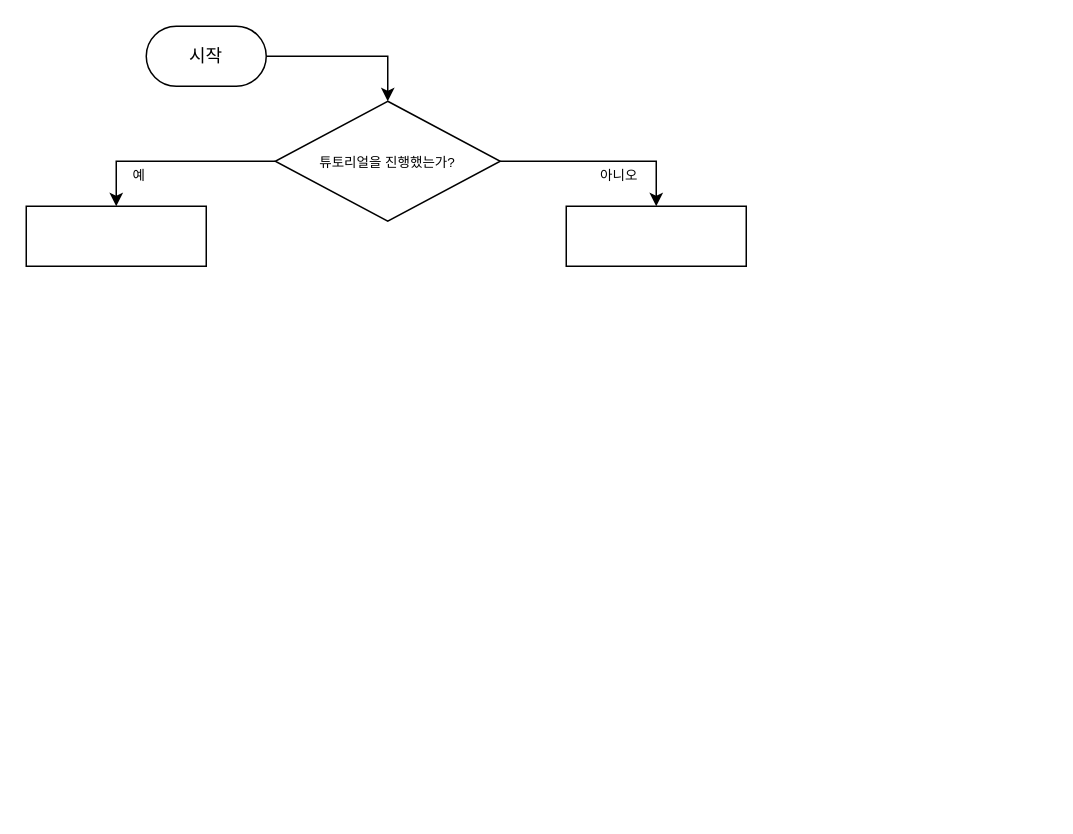
Before: AngleFunction_Circle.drawio in Applepie072/Draw.io, a draw.io diagram. Source tidied: cells renumbered, new cells numbered last; positions are measured from the earlier drawing's top-left corner, leaving out a move shared by most shapes. Both pictures are drawn from the tidied source at 150%, with x=0, y=0 at pixel (26, 26).
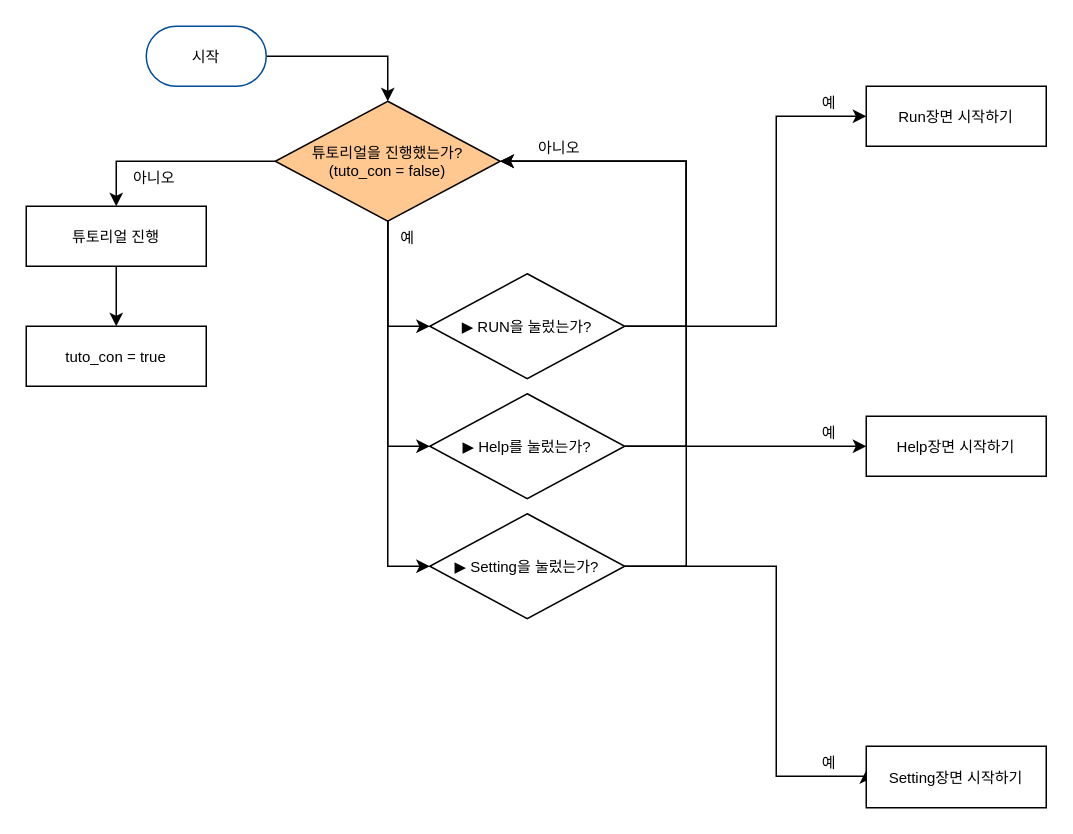
The same diagram, later.

Diff of the diagram source:
```diff
@@
-    <mxCell id="2" style="edgeStyle=orthogonalEdgeStyle;rounded=0;jettySize=auto;html=1;fontFamily=Tahoma;fontSize=9;" parent="1" edge="1" source="3" target="7">
+    <mxCell id="2" style="edgeStyle=orthogonalEdgeStyle;rounded=0;jettySize=auto;html=1;fontFamily=Tahoma;fontSize=10;" parent="1" edge="1" source="3" target="7">
       <mxGeometry relative="1" as="geometry" />
     </mxCell>
-    <mxCell id="3" value="&lt;font style=&quot;font-size: 12px;&quot;&gt;시작&lt;/font&gt;" style="rounded=1;whiteSpace=wrap;html=1;arcSize=50;" parent="1" vertex="1">
+    <mxCell id="3" value="&lt;font style=&quot;font-size: 10px;&quot;&gt;시작&lt;/font&gt;" style="rounded=1;whiteSpace=wrap;html=1;arcSize=50;fontSize=10;strokeColor=#004C99;" parent="1" vertex="1">
       <mxGeometry x="80" width="80" height="40" as="geometry" />
     </mxCell>
+    <mxCell id="11" style="edgeStyle=orthogonalEdgeStyle;rounded=0;jettySize=auto;html=1;fontFamily=Tahoma;fontSize=10;" parent="1" edge="1" source="4" target="24">
+      <mxGeometry relative="1" as="geometry" />
+    </mxCell>
-    <mxCell id="4" style="rounded=0;whiteSpace=wrap;html=1;fontSize=12;" parent="1" vertex="1">
+    <mxCell id="4" value="튜토리얼 진행" style="%3CmxGraphModel%3E%3Croot%3E%3CmxCell%20id%3D%220%22%2F%3E%3CmxCell%20id%3D%221%22%20parent%3D%220%22%2F%3E%3CmxCell%20id%3D%222%22%20value%3D%22%22%20style%3D%22rounded%3D0%3BwhiteSpace%3Dwrap%3Bhtml%3D1%3BfontSize%3D12%3B%22%20vertex%3D%221%22%20parent%3D%221%22%3E%3CmxGeometry%20x%3D%22330%22%20y%3D%22160%22%20width%3D%22120%22%20height%3D%2240%22%20as%3D%22geometry%22%2F%3E%3C%2FmxCell%3E%3C%2Froot%3E%3C%2FmxGraphModel%3E;fontSize=10;" parent="1" vertex="1">
       <mxGeometry y="120" width="120" height="40" as="geometry" />
     </mxCell>
-    <mxCell id="5" style="edgeStyle=orthogonalEdgeStyle;rounded=0;jettySize=auto;html=1;entryX=0.5;entryY=0;entryDx=0;entryDy=0;fontFamily=Tahoma;fontSize=9;" parent="1" edge="1" source="7" target="4">
+    <mxCell id="5" style="edgeStyle=orthogonalEdgeStyle;rounded=0;jettySize=auto;html=1;entryX=0.5;entryY=0;entryDx=0;entryDy=0;fontFamily=Tahoma;fontSize=10;" parent="1" edge="1" source="7" target="4">
       <mxGeometry relative="1" as="geometry" />
     </mxCell>
-    <mxCell id="6" style="edgeStyle=orthogonalEdgeStyle;rounded=0;jettySize=auto;html=1;entryX=0.5;entryY=0;entryDx=0;entryDy=0;fontFamily=Tahoma;fontSize=9;" parent="1" edge="1" source="7" target="9">
-      <mxGeometry relative="1" as="geometry" />
-    </mxCell>
+    <mxCell id="12" style="edgeStyle=orthogonalEdgeStyle;rounded=0;jettySize=auto;html=1;entryX=0;entryY=0.5;entryDx=0;entryDy=0;fontFamily=Tahoma;fontSize=10;" parent="1" edge="1" source="7" target="20">
+      <mxGeometry relative="1" as="geometry" />
+    </mxCell>
+    <mxCell id="13" style="edgeStyle=orthogonalEdgeStyle;rounded=0;jettySize=auto;html=1;entryX=0;entryY=0.5;entryDx=0;entryDy=0;fontFamily=Tahoma;fontSize=10;" parent="1" edge="1" source="7" target="23">
+      <mxGeometry relative="1" as="geometry" />
+    </mxCell>
+    <mxCell id="14" style="edgeStyle=orthogonalEdgeStyle;rounded=0;jettySize=auto;html=1;entryX=0;entryY=0.5;entryDx=0;entryDy=0;fontFamily=Tahoma;fontSize=10;" parent="1" edge="1" source="7" target="17">
+      <mxGeometry relative="1" as="geometry" />
+    </mxCell>
-    <mxCell id="7" value="&lt;font style=&quot;font-size: 9px; line-height: 1.2;&quot;&gt;튜토리얼을 진행했는가?&lt;/font&gt;" style="rhombus;whiteSpace=wrap;html=1;fontSize=12;" parent="1" vertex="1">
+    <mxCell id="7" value="&lt;font style=&quot;font-size: 10px; line-height: 1.2;&quot;&gt;튜토리얼을 진행했는가?&lt;br style=&quot;font-size: 10px;&quot;&gt;(tuto_con = false)&lt;br style=&quot;font-size: 10px;&quot;&gt;&lt;/font&gt;" style="rhombus;whiteSpace=wrap;html=1;fontSize=10;fillColor=#FFC891;strokeColor=#030200;" parent="1" vertex="1">
       <mxGeometry x="166" y="50" width="150" height="80" as="geometry" />
     </mxCell>
-    <mxCell id="8" value="예" style="text;html=1;align=center;verticalAlign=middle;strokeColor=none;fillColor=none;fontSize=9;fontFamily=Tahoma;" parent="1" vertex="1">
-      <mxGeometry x="60" y="90" width="30" height="20" as="geometry" />
+    <mxCell id="8" value="아니오" style="text;html=1;align=center;verticalAlign=middle;strokeColor=none;fillColor=none;fontSize=10;fontFamily=Tahoma;" parent="1" vertex="1">
+      <mxGeometry x="60" y="90" width="50" height="20" as="geometry" />
     </mxCell>
-    <mxCell id="9" style="rounded=0;whiteSpace=wrap;html=1;fontSize=12;" parent="1" vertex="1">
-      <mxGeometry x="360" y="120" width="120" height="40" as="geometry" />
-    </mxCell>
-    <mxCell id="10" value="아니오" style="text;html=1;align=center;verticalAlign=middle;strokeColor=none;fillColor=none;fontSize=9;fontFamily=Tahoma;" parent="1" vertex="1">
-      <mxGeometry x="370" y="90" width="50" height="20" as="geometry" />
+    <mxCell id="10" value="예" style="text;html=1;align=center;verticalAlign=middle;strokeColor=none;fillColor=none;fontSize=10;fontFamily=Tahoma;" parent="1" vertex="1">
+      <mxGeometry x="239" y="130" width="30" height="20" as="geometry" />
     </mxCell>
+    <mxCell id="15" style="edgeStyle=orthogonalEdgeStyle;rounded=0;jettySize=auto;html=1;entryX=1;entryY=0.5;entryDx=0;entryDy=0;fontFamily=Tahoma;fontSize=10;" parent="1" edge="1" source="17" target="7">
+      <mxGeometry relative="1" as="geometry">
+        <Array as="points">
+          <mxPoint x="440" y="200" />
+          <mxPoint x="440" y="90" />
+        </Array>
+      </mxGeometry>
+    </mxCell>
+    <mxCell id="16" style="edgeStyle=orthogonalEdgeStyle;rounded=0;jettySize=auto;html=1;fontFamily=Tahoma;fontSize=10;" parent="1" edge="1" source="17" target="26">
+      <mxGeometry relative="1" as="geometry">
+        <Array as="points">
+          <mxPoint x="500" y="200" />
+          <mxPoint x="500" y="60" />
+        </Array>
+      </mxGeometry>
+    </mxCell>
+    <mxCell id="17" value="&lt;font style=&quot;font-size: 10px; line-height: 1.2;&quot;&gt;▶ RUN을 눌렀는가?&lt;/font&gt;" style="rhombus;whiteSpace=wrap;html=1;fontSize=10;" parent="1" vertex="1">
+      <mxGeometry x="269" y="165" width="130" height="70" as="geometry" />
+    </mxCell>
+    <mxCell id="18" style="edgeStyle=orthogonalEdgeStyle;rounded=0;jettySize=auto;html=1;entryX=0;entryY=0.5;entryDx=0;entryDy=0;fontFamily=Tahoma;fontSize=10;" parent="1" edge="1" source="20" target="27">
+      <mxGeometry relative="1" as="geometry" />
+    </mxCell>
+    <mxCell id="19" style="edgeStyle=orthogonalEdgeStyle;rounded=0;jettySize=auto;html=1;entryX=1;entryY=0.5;entryDx=0;entryDy=0;fontFamily=Tahoma;fontSize=10;" parent="1" edge="1" source="20" target="7">
+      <mxGeometry relative="1" as="geometry">
+        <Array as="points">
+          <mxPoint x="440" y="280" />
+          <mxPoint x="440" y="90" />
+        </Array>
+      </mxGeometry>
+    </mxCell>
+    <mxCell id="20" value="&lt;font style=&quot;font-size: 10px; line-height: 1.2;&quot;&gt;▶ Help를 눌렀는가?&lt;/font&gt;" style="rhombus;whiteSpace=wrap;html=1;fontSize=10;" parent="1" vertex="1">
+      <mxGeometry x="269" y="245" width="130" height="70" as="geometry" />
+    </mxCell>
+    <mxCell id="21" style="edgeStyle=orthogonalEdgeStyle;rounded=0;orthogonalLoop=1;jettySize=auto;html=1;fontFamily=Tahoma;fontSize=10;" parent="1" edge="1">
+      <mxGeometry relative="1" as="geometry">
+        <mxPoint x="389.7" y="360" as="sourcePoint" />
+        <mxPoint x="560" y="496" as="targetPoint" />
+        <Array as="points">
+          <mxPoint x="500" y="360" />
+          <mxPoint x="500" y="500" />
+          <mxPoint x="560" y="500" />
+        </Array>
+      </mxGeometry>
+    </mxCell>
+    <mxCell id="22" style="edgeStyle=orthogonalEdgeStyle;rounded=0;jettySize=auto;html=1;entryX=1;entryY=0.5;entryDx=0;entryDy=0;fontFamily=Tahoma;fontSize=10;" parent="1" edge="1" source="23" target="7">
+      <mxGeometry relative="1" as="geometry">
+        <Array as="points">
+          <mxPoint x="440" y="360" />
+          <mxPoint x="440" y="90" />
+        </Array>
+      </mxGeometry>
+    </mxCell>
+    <mxCell id="23" value="&lt;font style=&quot;font-size: 10px; line-height: 1.2;&quot;&gt;▶ Setting을 눌렀는가?&lt;/font&gt;" style="rhombus;whiteSpace=wrap;html=1;fontSize=10;" parent="1" vertex="1">
+      <mxGeometry x="269" y="325" width="130" height="70" as="geometry" />
+    </mxCell>
+    <mxCell id="24" value="tuto_con = true" style="whiteSpace=wrap;html=1;fontSize=10;" parent="1" vertex="1">
+      <mxGeometry y="200" width="120" height="40" as="geometry" />
+    </mxCell>
+    <mxCell id="25" value="아니오" style="text;html=1;align=center;verticalAlign=middle;strokeColor=none;fillColor=none;fontSize=10;fontFamily=Tahoma;" parent="1" vertex="1">
+      <mxGeometry x="330" y="70" width="50" height="20" as="geometry" />
+    </mxCell>
+    <mxCell id="26" value="&lt;font style=&quot;font-size: 10px;&quot;&gt;Run장면 시작하기&lt;/font&gt;" style="whiteSpace=wrap;html=1;fontSize=10;" parent="1" vertex="1">
+      <mxGeometry x="560" y="40" width="120" height="40" as="geometry" />
+    </mxCell>
+    <mxCell id="27" value="Help장면 시작하기" style="whiteSpace=wrap;html=1;fontSize=10;" parent="1" vertex="1">
+      <mxGeometry x="560" y="260" width="120" height="40" as="geometry" />
+    </mxCell>
+    <mxCell id="28" value="Setting장면 시작하기" style="whiteSpace=wrap;html=1;fontSize=10;" parent="1" vertex="1">
+      <mxGeometry x="560" y="480" width="120" height="41" as="geometry" />
+    </mxCell>
+    <mxCell id="29" value="예" style="text;html=1;align=center;verticalAlign=middle;strokeColor=none;fillColor=none;fontSize=10;fontFamily=Tahoma;" parent="1" vertex="1">
+      <mxGeometry x="520" y="40" width="30" height="20" as="geometry" />
+    </mxCell>
+    <mxCell id="30" value="예" style="text;html=1;align=center;verticalAlign=middle;strokeColor=none;fillColor=none;fontSize=10;fontFamily=Tahoma;" parent="1" vertex="1">
+      <mxGeometry x="520" y="260" width="30" height="20" as="geometry" />
+    </mxCell>
+    <mxCell id="31" value="예" style="text;html=1;align=center;verticalAlign=middle;strokeColor=none;fillColor=none;fontSize=10;fontFamily=Tahoma;" parent="1" vertex="1">
+      <mxGeometry x="520" y="480" width="30" height="20" as="geometry" />
+    </mxCell>
```
